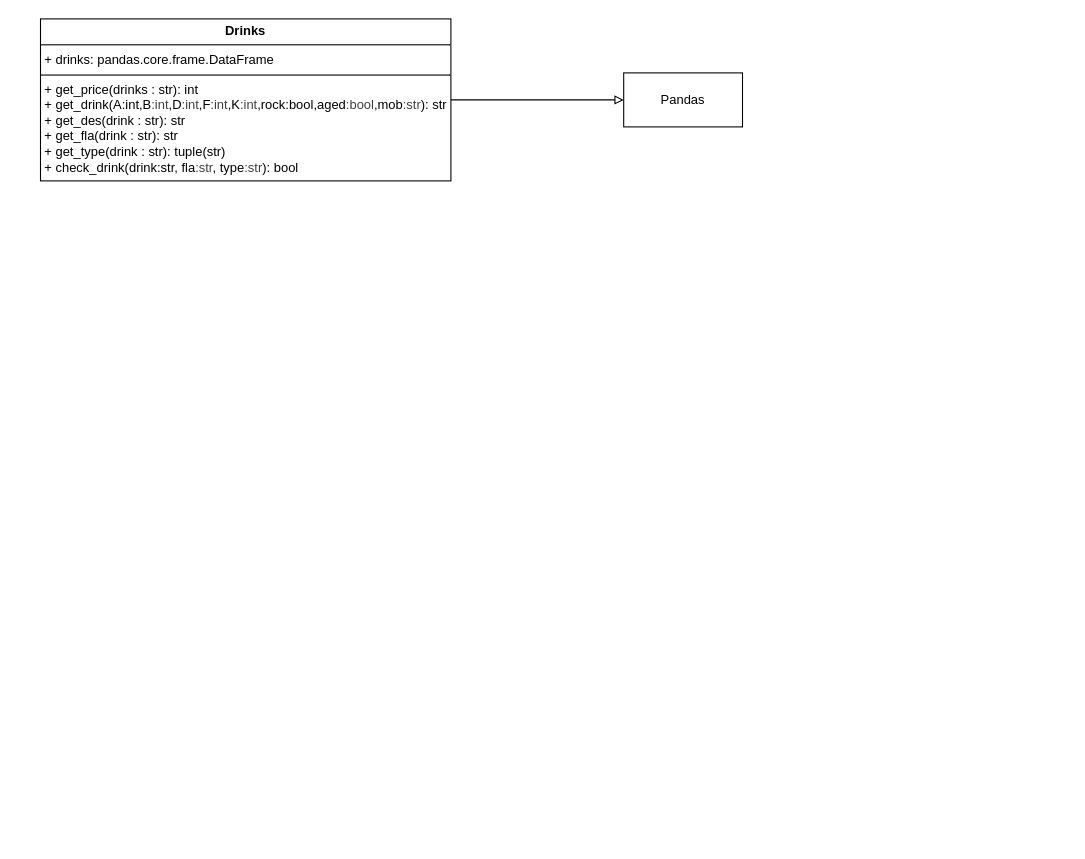
Above: uml.drawio in Chachalit-Khanarat/PROJECT-BAR (draw.io), before the change. Source tidied: cells renumbered, new cells numbered last; positions are measured from the earlier drawing's top-left corner, leaving out a move shared by most shapes. Both pictures are drawn from the tidied source at 108%, with x=0, y=0 at pixel (40, 18).
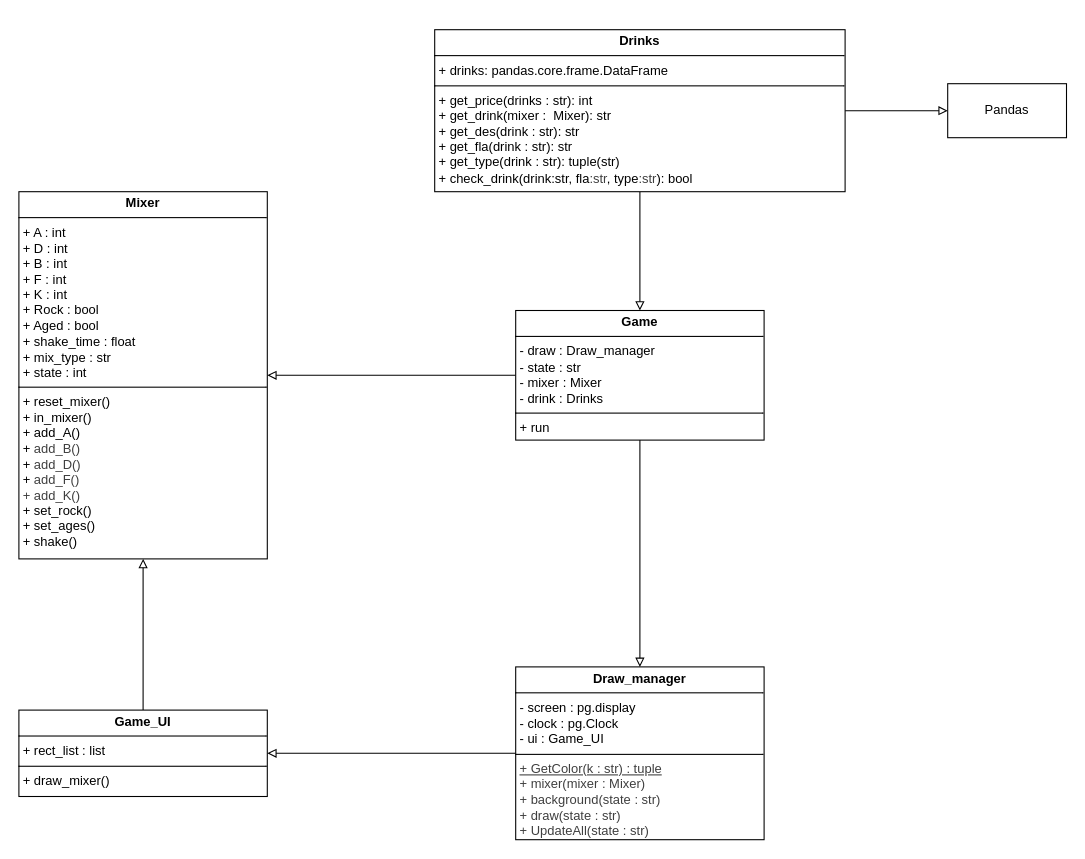
The same diagram, later.

Diff of the diagram source:
```diff
@@
 <mxGraphModel>
   <root>
     <mxCell id="0" />
     <mxCell id="1" parent="0" />
     <mxCell id="2" style="edgeStyle=none;html=1;entryX=0;entryY=0.5;entryDx=0;entryDy=0;endArrow=block;endFill=0;" parent="1" edge="1" source="3" target="4">
       <mxGeometry relative="1" as="geometry" />
     </mxCell>
+    <mxCell id="5" style="edgeStyle=none;html=1;exitX=0.5;exitY=1;exitDx=0;exitDy=0;entryX=0.5;entryY=0;entryDx=0;entryDy=0;endArrow=block;endFill=0;" parent="1" edge="1" source="3" target="13">
+      <mxGeometry relative="1" as="geometry" />
+    </mxCell>
-    <mxCell id="3" value="&lt;p style=&quot;margin:0px;margin-top:4px;text-align:center;&quot;&gt;&lt;b&gt;Drinks&lt;/b&gt;&lt;/p&gt;&lt;hr size=&quot;1&quot; style=&quot;border-style:solid;&quot;&gt;&lt;p style=&quot;margin:0px;margin-left:4px;&quot;&gt;+ drinks: pandas.core.frame.DataFrame&lt;/p&gt;&lt;hr size=&quot;1&quot; style=&quot;border-style:solid;&quot;&gt;&lt;p style=&quot;margin:0px;margin-left:4px;&quot;&gt;+ get_price(drinks : str): int&lt;/p&gt;&lt;p style=&quot;margin:0px;margin-left:4px;&quot;&gt;+ get_drink(A:int,B&lt;span style=&quot;color: rgb(63, 63, 63); background-color: transparent;&quot;&gt;:int&lt;/span&gt;&lt;span style=&quot;background-color: transparent;&quot;&gt;,D&lt;/span&gt;&lt;span style=&quot;color: rgb(63, 63, 63); background-color: transparent;&quot;&gt;:int&lt;/span&gt;&lt;span style=&quot;background-color: transparent;&quot;&gt;,F&lt;/span&gt;&lt;span style=&quot;color: rgb(63, 63, 63); background-color: transparent;&quot;&gt;:int&lt;/span&gt;&lt;span style=&quot;background-color: transparent;&quot;&gt;,K&lt;/span&gt;&lt;span style=&quot;color: rgb(63, 63, 63); background-color: transparent;&quot;&gt;:int&lt;/span&gt;&lt;span style=&quot;background-color: transparent;&quot;&gt;,rock:bool,aged&lt;/span&gt;&lt;span style=&quot;color: rgb(63, 63, 63); background-color: transparent;&quot;&gt;:&lt;/span&gt;&lt;span style=&quot;color: rgb(63, 63, 63); background-color: transparent;&quot;&gt;bool&lt;/span&gt;&lt;span style=&quot;background-color: transparent;&quot;&gt;,mob&lt;/span&gt;&lt;span style=&quot;color: rgb(63, 63, 63); background-color: transparent;&quot;&gt;:str&lt;/span&gt;&lt;span style=&quot;background-color: transparent;&quot;&gt;): str&lt;/span&gt;&lt;/p&gt;&lt;p style=&quot;margin:0px;margin-left:4px;&quot;&gt;&lt;span style=&quot;background-color: transparent;&quot;&gt;+ get_des(drink : str): str&lt;/span&gt;&lt;/p&gt;&lt;p style=&quot;margin:0px;margin-left:4px;&quot;&gt;&lt;span style=&quot;background-color: transparent;&quot;&gt;+ get_fla(drink : str): str&lt;/span&gt;&lt;/p&gt;&lt;p style=&quot;margin:0px;margin-left:4px;&quot;&gt;&lt;span style=&quot;background-color: transparent;&quot;&gt;+ get_type(drink : str): tuple(str)&lt;/span&gt;&lt;/p&gt;&lt;p style=&quot;margin:0px;margin-left:4px;&quot;&gt;&lt;span style=&quot;background-color: transparent;&quot;&gt;+ check_drink(drink:str, fla&lt;/span&gt;&lt;span style=&quot;color: rgb(63, 63, 63); background-color: transparent;&quot;&gt;:str&lt;/span&gt;&lt;span style=&quot;background-color: transparent;&quot;&gt;, type&lt;/span&gt;&lt;span style=&quot;color: rgb(63, 63, 63); background-color: transparent;&quot;&gt;:str&lt;/span&gt;&lt;span style=&quot;background-color: transparent;&quot;&gt;): bool&lt;/span&gt;&lt;/p&gt;&lt;p style=&quot;margin:0px;margin-left:4px;&quot;&gt;&lt;span style=&quot;background-color: transparent;&quot;&gt;&lt;br&gt;&lt;/span&gt;&lt;/p&gt;" style="verticalAlign=top;align=left;overflow=fill;html=1;whiteSpace=wrap;" parent="1" vertex="1">
-      <mxGeometry width="380" height="150" as="geometry" />
+    <mxCell id="3" value="&lt;p style=&quot;margin:0px;margin-top:4px;text-align:center;&quot;&gt;&lt;b&gt;Drinks&lt;/b&gt;&lt;/p&gt;&lt;hr size=&quot;1&quot; style=&quot;border-style:solid;&quot;&gt;&lt;p style=&quot;margin:0px;margin-left:4px;&quot;&gt;+ drinks: pandas.core.frame.DataFrame&lt;/p&gt;&lt;hr size=&quot;1&quot; style=&quot;border-style:solid;&quot;&gt;&lt;p style=&quot;margin:0px;margin-left:4px;&quot;&gt;+ get_price(drinks : str): int&lt;/p&gt;&lt;p style=&quot;margin:0px;margin-left:4px;&quot;&gt;+ get_drink(mixer :&amp;nbsp; Mixer&lt;span style=&quot;background-color: transparent;&quot;&gt;): str&lt;/span&gt;&lt;/p&gt;&lt;p style=&quot;margin:0px;margin-left:4px;&quot;&gt;&lt;span style=&quot;background-color: transparent;&quot;&gt;+ get_des(drink : str): str&lt;/span&gt;&lt;/p&gt;&lt;p style=&quot;margin:0px;margin-left:4px;&quot;&gt;&lt;span style=&quot;background-color: transparent;&quot;&gt;+ get_fla(drink : str): str&lt;/span&gt;&lt;/p&gt;&lt;p style=&quot;margin:0px;margin-left:4px;&quot;&gt;&lt;span style=&quot;background-color: transparent;&quot;&gt;+ get_type(drink : str): tuple(str)&lt;/span&gt;&lt;/p&gt;&lt;p style=&quot;margin:0px;margin-left:4px;&quot;&gt;&lt;span style=&quot;background-color: transparent;&quot;&gt;+ check_drink(drink:str, fla&lt;/span&gt;&lt;span style=&quot;color: rgb(63, 63, 63); background-color: transparent;&quot;&gt;:str&lt;/span&gt;&lt;span style=&quot;background-color: transparent;&quot;&gt;, type&lt;/span&gt;&lt;span style=&quot;color: rgb(63, 63, 63); background-color: transparent;&quot;&gt;:str&lt;/span&gt;&lt;span style=&quot;background-color: transparent;&quot;&gt;): bool&lt;/span&gt;&lt;/p&gt;&lt;p style=&quot;margin:0px;margin-left:4px;&quot;&gt;&lt;span style=&quot;background-color: transparent;&quot;&gt;&lt;br&gt;&lt;/span&gt;&lt;/p&gt;" style="verticalAlign=top;align=left;overflow=fill;html=1;whiteSpace=wrap;" parent="1" vertex="1">
+      <mxGeometry x="365" y="10" width="380" height="150" as="geometry" />
     </mxCell>
     <mxCell id="4" value="Pandas" style="html=1;whiteSpace=wrap;" parent="1" vertex="1">
-      <mxGeometry x="540" y="50" width="110" height="50" as="geometry" />
+      <mxGeometry x="840" y="60" width="110" height="50" as="geometry" />
     </mxCell>
+    <mxCell id="6" value="&lt;p style=&quot;margin:0px;margin-top:4px;text-align:center;&quot;&gt;&lt;b&gt;Mixer&lt;/b&gt;&lt;/p&gt;&lt;hr size=&quot;1&quot; style=&quot;border-style:solid;&quot;&gt;&lt;p style=&quot;margin:0px;margin-left:4px;&quot;&gt;+ A : int&lt;/p&gt;&lt;p style=&quot;margin:0px;margin-left:4px;&quot;&gt;+ D : int&lt;/p&gt;&lt;p style=&quot;margin:0px;margin-left:4px;&quot;&gt;+ B : int&lt;/p&gt;&lt;p style=&quot;margin:0px;margin-left:4px;&quot;&gt;+ F : int&lt;/p&gt;&lt;p style=&quot;margin:0px;margin-left:4px;&quot;&gt;+ K : int&lt;/p&gt;&lt;p style=&quot;margin:0px;margin-left:4px;&quot;&gt;+ Rock : bool&lt;/p&gt;&lt;p style=&quot;margin:0px;margin-left:4px;&quot;&gt;+ Aged : bool&lt;/p&gt;&lt;p style=&quot;margin:0px;margin-left:4px;&quot;&gt;+ shake_time : float&lt;/p&gt;&lt;p style=&quot;margin:0px;margin-left:4px;&quot;&gt;+ mix_type : str&lt;/p&gt;&lt;p style=&quot;margin:0px;margin-left:4px;&quot;&gt;+ state : int&lt;/p&gt;&lt;hr size=&quot;1&quot; style=&quot;border-style:solid;&quot;&gt;&lt;p style=&quot;margin:0px;margin-left:4px;&quot;&gt;+ reset_mixer()&lt;/p&gt;&lt;p style=&quot;margin:0px;margin-left:4px;&quot;&gt;+ in_mixer(&lt;span style=&quot;background-color: transparent;&quot;&gt;)&lt;/span&gt;&lt;/p&gt;&lt;p style=&quot;margin:0px;margin-left:4px;&quot;&gt;&lt;span style=&quot;background-color: transparent;&quot;&gt;+ add_A()&lt;/span&gt;&lt;/p&gt;&lt;p style=&quot;margin:0px;margin-left:4px;&quot;&gt;&lt;span style=&quot;background-color: transparent;&quot;&gt;+&amp;nbsp;&lt;/span&gt;&lt;span style=&quot;color: rgb(63, 63, 63); background-color: transparent;&quot;&gt;add_B()&lt;/span&gt;&lt;/p&gt;&lt;p style=&quot;margin:0px;margin-left:4px;&quot;&gt;&lt;span style=&quot;background-color: transparent;&quot;&gt;+&amp;nbsp;&lt;/span&gt;&lt;span style=&quot;color: rgb(63, 63, 63); background-color: transparent;&quot;&gt;add_D()&lt;/span&gt;&lt;/p&gt;&lt;p style=&quot;margin:0px;margin-left:4px;&quot;&gt;&lt;span style=&quot;background-color: transparent;&quot;&gt;+&amp;nbsp;&lt;/span&gt;&lt;span style=&quot;color: rgb(63, 63, 63); background-color: transparent;&quot;&gt;add_F()&lt;/span&gt;&lt;/p&gt;&lt;p style=&quot;margin:0px;margin-left:4px;&quot;&gt;&lt;span style=&quot;color: rgb(63, 63, 63); background-color: transparent;&quot;&gt;+&amp;nbsp;&lt;/span&gt;&lt;span style=&quot;color: rgb(63, 63, 63); background-color: transparent;&quot;&gt;add_K()&lt;/span&gt;&lt;/p&gt;&lt;p style=&quot;margin:0px;margin-left:4px;&quot;&gt;+ set_rock()&lt;/p&gt;&lt;p style=&quot;margin:0px;margin-left:4px;&quot;&gt;+ set_ages()&lt;/p&gt;&lt;p style=&quot;margin:0px;margin-left:4px;&quot;&gt;+ shake()&lt;/p&gt;&lt;p style=&quot;margin:0px;margin-left:4px;&quot;&gt;&lt;span style=&quot;background-color: transparent;&quot;&gt;&lt;br&gt;&lt;/span&gt;&lt;/p&gt;" style="verticalAlign=top;align=left;overflow=fill;html=1;whiteSpace=wrap;" parent="1" vertex="1">
+      <mxGeometry x="-20" y="160" width="230" height="340" as="geometry" />
+    </mxCell>
+    <mxCell id="7" style="edgeStyle=none;html=1;exitX=0.5;exitY=0;exitDx=0;exitDy=0;entryX=0.5;entryY=1;entryDx=0;entryDy=0;endArrow=block;endFill=0;" parent="1" edge="1" source="8" target="6">
+      <mxGeometry relative="1" as="geometry" />
+    </mxCell>
+    <mxCell id="8" value="&lt;p style=&quot;margin:0px;margin-top:4px;text-align:center;&quot;&gt;&lt;b&gt;Game_UI&lt;/b&gt;&lt;/p&gt;&lt;hr size=&quot;1&quot; style=&quot;border-style:solid;&quot;&gt;&lt;p style=&quot;margin:0px;margin-left:4px;&quot;&gt;+ rect_list : list&lt;/p&gt;&lt;hr size=&quot;1&quot; style=&quot;border-style:solid;&quot;&gt;&lt;p style=&quot;margin:0px;margin-left:4px;&quot;&gt;+ draw_mixer()&lt;/p&gt;" style="verticalAlign=top;align=left;overflow=fill;html=1;whiteSpace=wrap;" parent="1" vertex="1">
+      <mxGeometry x="-20" y="640" width="230" height="80" as="geometry" />
+    </mxCell>
+    <mxCell id="9" style="edgeStyle=none;html=1;exitX=0;exitY=0.5;exitDx=0;exitDy=0;entryX=1;entryY=0.5;entryDx=0;entryDy=0;endArrow=block;endFill=0;" parent="1" edge="1" source="10" target="8">
+      <mxGeometry relative="1" as="geometry" />
+    </mxCell>
+    <mxCell id="10" value="&lt;p style=&quot;margin:0px;margin-top:4px;text-align:center;&quot;&gt;&lt;b&gt;Draw_manager&lt;/b&gt;&lt;/p&gt;&lt;hr size=&quot;1&quot; style=&quot;border-style:solid;&quot;&gt;&lt;p style=&quot;margin:0px;margin-left:4px;&quot;&gt;- screen : pg.display&lt;/p&gt;&lt;p style=&quot;margin:0px;margin-left:4px;&quot;&gt;- clock : pg.Clock&lt;/p&gt;&lt;p style=&quot;margin:0px;margin-left:4px;&quot;&gt;- ui : Game_UI&lt;/p&gt;&lt;hr size=&quot;1&quot; style=&quot;border-style:solid;&quot;&gt;&lt;p style=&quot;margin:0px;margin-left:4px;&quot;&gt;&lt;u style=&quot;color: rgb(63, 63, 63);&quot;&gt;+ GetColor(k : str) : tuple&lt;/u&gt;&lt;/p&gt;&lt;p style=&quot;margin:0px;margin-left:4px;&quot;&gt;&lt;span style=&quot;color: rgb(63, 63, 63);&quot;&gt;+ mixer(mixer : Mixer)&lt;/span&gt;&lt;/p&gt;&lt;p style=&quot;margin:0px;margin-left:4px;&quot;&gt;&lt;span style=&quot;color: rgb(63, 63, 63);&quot;&gt;+ background(state : str)&lt;/span&gt;&lt;/p&gt;&lt;p style=&quot;margin:0px;margin-left:4px;&quot;&gt;&lt;span style=&quot;color: rgb(63, 63, 63);&quot;&gt;+ draw(state : str)&lt;/span&gt;&lt;/p&gt;&lt;p style=&quot;margin:0px;margin-left:4px;&quot;&gt;&lt;span style=&quot;color: rgb(63, 63, 63);&quot;&gt;+ UpdateAll(state : str)&lt;/span&gt;&lt;/p&gt;&lt;p style=&quot;margin:0px;margin-left:4px;&quot;&gt;&lt;span style=&quot;color: rgb(63, 63, 63);&quot;&gt;&lt;br&gt;&lt;/span&gt;&lt;/p&gt;&lt;p style=&quot;margin:0px;margin-left:4px;&quot;&gt;&lt;u style=&quot;color: rgb(63, 63, 63);&quot;&gt;&lt;br&gt;&lt;/u&gt;&lt;/p&gt;" style="verticalAlign=top;align=left;overflow=fill;html=1;whiteSpace=wrap;" parent="1" vertex="1">
+      <mxGeometry x="440" y="600" width="230" height="160" as="geometry" />
+    </mxCell>
+    <mxCell id="11" style="edgeStyle=none;html=1;exitX=0.5;exitY=1;exitDx=0;exitDy=0;entryX=0.5;entryY=0;entryDx=0;entryDy=0;endArrow=block;endFill=0;" parent="1" edge="1" source="13" target="10">
+      <mxGeometry relative="1" as="geometry" />
+    </mxCell>
+    <mxCell id="12" style="edgeStyle=none;html=1;exitX=0;exitY=0.5;exitDx=0;exitDy=0;entryX=1;entryY=0.5;entryDx=0;entryDy=0;endArrow=block;endFill=0;" parent="1" edge="1" source="13" target="6">
+      <mxGeometry relative="1" as="geometry" />
+    </mxCell>
+    <mxCell id="13" value="&lt;p style=&quot;margin:0px;margin-top:4px;text-align:center;&quot;&gt;&lt;b&gt;Game&lt;/b&gt;&lt;/p&gt;&lt;hr size=&quot;1&quot; style=&quot;border-style:solid;&quot;&gt;&lt;p style=&quot;margin:0px;margin-left:4px;&quot;&gt;- draw : Draw_manager&lt;br&gt;&lt;/p&gt;&lt;p style=&quot;margin:0px;margin-left:4px;&quot;&gt;- state : str&lt;/p&gt;&lt;p style=&quot;margin:0px;margin-left:4px;&quot;&gt;- mixer : Mixer&lt;/p&gt;&lt;p style=&quot;margin:0px;margin-left:4px;&quot;&gt;- drink : Drinks&lt;/p&gt;&lt;hr size=&quot;1&quot; style=&quot;border-style:solid;&quot;&gt;&lt;p style=&quot;margin:0px;margin-left:4px;&quot;&gt;+ run&lt;/p&gt;&lt;p style=&quot;margin:0px;margin-left:4px;&quot;&gt;&lt;br&gt;&lt;/p&gt;&lt;p style=&quot;margin:0px;margin-left:4px;&quot;&gt;&lt;span style=&quot;color: rgb(63, 63, 63);&quot;&gt;&lt;br&gt;&lt;/span&gt;&lt;/p&gt;&lt;p style=&quot;margin:0px;margin-left:4px;&quot;&gt;&lt;u style=&quot;color: rgb(63, 63, 63);&quot;&gt;&lt;br&gt;&lt;/u&gt;&lt;/p&gt;" style="verticalAlign=top;align=left;overflow=fill;html=1;whiteSpace=wrap;" parent="1" vertex="1">
+      <mxGeometry x="440" y="270" width="230" height="120" as="geometry" />
+    </mxCell>
   </root>
 </mxGraphModel>
```
